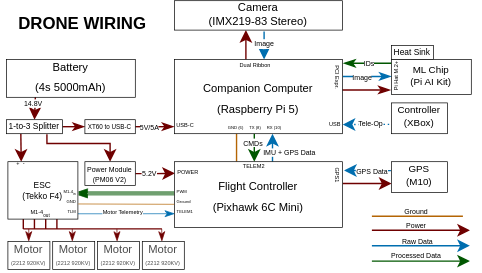
Earlier version of the draw.io export .assets/DroneWiring.drawio.svg (AustinJia-code/Drone). Source tidied: cells renumbered, new cells last; positions are measured from the earlier drawing's top-left corner, leaving out a move shared by most shapes.
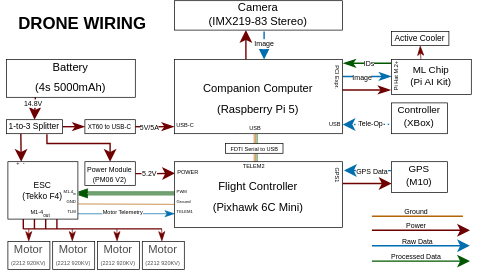
Above is the later version.

Change to the diagram source:
```diff
@@ -2,9 +2,49 @@
   <root>
     <mxCell id="0" />
     <mxCell id="1" parent="0" />
+    <mxCell id="83" style="endArrow=none;html=1;rounded=0;exitX=0.365;exitY=2.08;exitDx=0;exitDy=0;entryX=0.328;entryY=-0.003;entryDx=0;entryDy=0;entryPerimeter=0;fillColor=#fad7ac;strokeColor=#b46504;strokeWidth=0.5;exitPerimeter=0;" parent="1" edge="1">
+      <mxGeometry relative="1" as="geometry">
+        <mxPoint x="180.9" y="95.2" as="sourcePoint" />
+        <mxPoint x="180.9" y="102" as="targetPoint" />
+      </mxGeometry>
+    </mxCell>
+    <mxCell id="84" style="endArrow=none;html=1;rounded=0;exitX=0.365;exitY=2.08;exitDx=0;exitDy=0;entryX=0.328;entryY=-0.003;entryDx=0;entryDy=0;entryPerimeter=0;fillColor=#fad7ac;strokeColor=light-dark(#b46504, #0491b4);strokeWidth=0.5;exitPerimeter=0;" parent="1" edge="1">
+      <mxGeometry relative="1" as="geometry">
+        <mxPoint x="182" y="95" as="sourcePoint" />
+        <mxPoint x="182" y="102" as="targetPoint" />
+      </mxGeometry>
+    </mxCell>
+    <mxCell id="85" style="endArrow=none;html=1;rounded=0;exitX=0.365;exitY=2.08;exitDx=0;exitDy=0;entryX=0.328;entryY=-0.003;entryDx=0;entryDy=0;entryPerimeter=0;fillColor=#008a00;strokeColor=#005700;strokeWidth=0.5;exitPerimeter=0;" parent="1" edge="1">
+      <mxGeometry relative="1" as="geometry">
+        <mxPoint x="183" y="95" as="sourcePoint" />
+        <mxPoint x="183" y="102" as="targetPoint" />
+      </mxGeometry>
+    </mxCell>
+    <mxCell id="86" style="endArrow=none;html=1;rounded=0;exitX=0.365;exitY=2.08;exitDx=0;exitDy=0;entryX=0.328;entryY=-0.003;entryDx=0;entryDy=0;entryPerimeter=0;fillColor=#fad7ac;strokeColor=#b46504;strokeWidth=0.5;exitPerimeter=0;" parent="1" edge="1">
+      <mxGeometry relative="1" as="geometry">
+        <mxPoint x="180.9" y="109.2" as="sourcePoint" />
+        <mxPoint x="180.9" y="116" as="targetPoint" />
+      </mxGeometry>
+    </mxCell>
+    <mxCell id="87" style="endArrow=none;html=1;rounded=0;exitX=0.365;exitY=2.08;exitDx=0;exitDy=0;entryX=0.328;entryY=-0.003;entryDx=0;entryDy=0;entryPerimeter=0;fillColor=#fad7ac;strokeColor=light-dark(#b46504, #0491b4);strokeWidth=0.5;exitPerimeter=0;" parent="1" edge="1">
+      <mxGeometry relative="1" as="geometry">
+        <mxPoint x="182" y="109" as="sourcePoint" />
+        <mxPoint x="182" y="116" as="targetPoint" />
+      </mxGeometry>
+    </mxCell>
+    <mxCell id="88" style="endArrow=none;html=1;rounded=0;exitX=0.365;exitY=2.08;exitDx=0;exitDy=0;entryX=0.328;entryY=-0.003;entryDx=0;entryDy=0;entryPerimeter=0;fillColor=#008a00;strokeColor=#005700;strokeWidth=0.5;exitPerimeter=0;" parent="1" edge="1">
+      <mxGeometry relative="1" as="geometry">
+        <mxPoint x="183" y="109" as="sourcePoint" />
+        <mxPoint x="183" y="116" as="targetPoint" />
+      </mxGeometry>
+    </mxCell>
+    <mxCell id="89" style="edgeStyle=orthogonalEdgeStyle;rounded=0;jettySize=auto;html=1;fillColor=#a20025;strokeColor=light-dark(#6F0000, #ff0000);entryX=0.5;entryY=1;entryDx=0;entryDy=0;endArrow=classicThin;endFill=1;strokeWidth=0.5;" parent="1" edge="1" target="79">
+      <mxGeometry relative="1" as="geometry">
+        <mxPoint x="300" y="42" as="sourcePoint" />
+      </mxGeometry>
+    </mxCell>
-    <mxCell id="2" style="endArrow=none;html=1;rounded=0;entryX=0.185;entryY=0.999;entryDx=0;entryDy=0;entryPerimeter=0;exitX=0.186;exitY=-0.002;exitDx=0;exitDy=0;exitPerimeter=0;fillColor=#fad7ac;strokeColor=#b46504;" parent="1" edge="1">
+    <mxCell id="2" style="endArrow=none;html=1;rounded=0;entryX=0.185;entryY=0.999;entryDx=0;entryDy=0;entryPerimeter=0;exitX=0.275;exitY=1.065;exitDx=0;exitDy=0;exitPerimeter=0;fillColor=#fad7ac;strokeColor=#b46504;" parent="1" edge="1" source="70">
       <mxGeometry relative="1" as="geometry">
-        <mxPoint x="168.3" y="114.9" as="sourcePoint" />
         <mxPoint x="168.3" y="94.9" as="targetPoint" />
       </mxGeometry>
     </mxCell>
@@ -127,17 +167,6 @@
         <mxPoint x="40" y="153" as="targetPoint" />
       </mxGeometry>
     </mxCell>
-    <mxCell id="24" style="edgeStyle=orthogonalEdgeStyle;rounded=0;orthogonalLoop=1;jettySize=auto;html=1;exitX=0.25;exitY=1;exitDx=0;exitDy=0;entryX=0.25;entryY=0;entryDx=0;entryDy=0;fillColor=#008a00;strokeColor=#005700;" parent="1" edge="1">
-      <mxGeometry relative="1" as="geometry">
-        <mxPoint x="181" y="95" as="sourcePoint" />
-        <mxPoint x="181" y="115" as="targetPoint" />
-      </mxGeometry>
-    </mxCell>
-    <mxCell id="25" value="CMDs" style="edgeLabel;html=1;align=center;verticalAlign=middle;fontSize=5;" parent="24" vertex="1">
-      <mxGeometry x="-0.29" y="-1" relative="1" as="geometry">
-        <mxPoint y="-1" as="offset" />
-      </mxGeometry>
-    </mxCell>
     <mxCell id="26" style="edgeStyle=orthogonalEdgeStyle;rounded=0;jettySize=auto;html=1;exitX=0.646;exitY=-1.329;exitDx=0;exitDy=0;fillColor=#a20025;strokeColor=light-dark(#6F0000, #ff0000);entryX=-0.012;entryY=0.871;entryDx=0;entryDy=0;entryPerimeter=0;exitPerimeter=0;endArrow=classicThin;endFill=1;" parent="1" edge="1" source="61" target="40">
       <mxGeometry relative="1" as="geometry" />
     </mxCell>
@@ -150,17 +179,6 @@
     <mxCell id="28" value="&lt;div&gt;&lt;font style=&quot;font-size: 8px;&quot;&gt;Companion Computer&lt;/font&gt;&lt;/div&gt;&lt;font style=&quot;font-size: 8px;&quot;&gt;(Raspberry Pi 5)&lt;/font&gt;" style="rounded=0;whiteSpace=wrap;html=1;strokeWidth=0.5;" parent="1" vertex="1">
       <mxGeometry x="124" y="42" width="120" height="53" as="geometry" />
     </mxCell>
-    <mxCell id="29" style="edgeStyle=orthogonalEdgeStyle;rounded=0;orthogonalLoop=1;jettySize=auto;html=1;exitX=0.75;exitY=0;exitDx=0;exitDy=0;entryX=0.75;entryY=1;entryDx=0;entryDy=0;fillColor=#1ba1e2;strokeColor=#006EAF;" parent="1" edge="1">
-      <mxGeometry relative="1" as="geometry">
-        <mxPoint x="194" y="115" as="sourcePoint" />
-        <mxPoint x="194" y="95" as="targetPoint" />
-      </mxGeometry>
-    </mxCell>
-    <mxCell id="30" value="IMU + GPS Data" style="edgeLabel;html=1;align=center;verticalAlign=middle;fontSize=5;" parent="29" vertex="1">
-      <mxGeometry x="-0.23" y="-1" relative="1" as="geometry">
-        <mxPoint x="11" y="1" as="offset" />
-      </mxGeometry>
-    </mxCell>
     <mxCell id="31" style="edgeStyle=orthogonalEdgeStyle;rounded=0;orthogonalLoop=1;jettySize=auto;html=1;fillColor=#a20025;strokeColor=light-dark(#6F0000, #ff0000);entryX=0;entryY=0.75;entryDx=0;entryDy=0;exitX=0.576;exitY=0.226;exitDx=0;exitDy=0;exitPerimeter=0;" parent="1" edge="1">
       <mxGeometry relative="1" as="geometry">
         <mxPoint x="244.2" y="130.6" as="sourcePoint" />
@@ -319,14 +337,11 @@
     <mxCell id="68" value="&lt;div style=&quot;line-height: 70%;&quot;&gt;&lt;font style=&quot;line-height: 70%; font-size: 8px;&quot;&gt;Motor&lt;/font&gt;&lt;div&gt;&lt;font style=&quot;line-height: 70%; font-size: 4px;&quot;&gt;(2212 920KV)&lt;/font&gt;&lt;/div&gt;&lt;/div&gt;" style="rounded=0;whiteSpace=wrap;html=1;textOpacity=70;verticalAlign=bottom;strokeWidth=0.5;" parent="1" vertex="1">
       <mxGeometry x="101" y="172" width="30" height="20" as="geometry" />
     </mxCell>
-    <mxCell id="69" value="Dual Ribbon" style="text;html=1;align=center;verticalAlign=middle;whiteSpace=wrap;rounded=0;fontSize=4;fontColor=light-dark(#000000,#CC99FF);" parent="1" vertex="1">
-      <mxGeometry x="152" y="37" width="60" height="19" as="geometry" />
-    </mxCell>
-    <mxCell id="70" value="&lt;font style=&quot;font-size: 3px;&quot;&gt;GND (6)&amp;nbsp; &amp;nbsp; &amp;nbsp;TX (8)&amp;nbsp; &amp;nbsp; &amp;nbsp;RX (10)&amp;nbsp;&lt;/font&gt;" style="text;html=1;align=center;verticalAlign=middle;whiteSpace=wrap;rounded=0;fontSize=4;fontColor=light-dark(#000000,#CC99FF);" parent="1" vertex="1">
-      <mxGeometry x="152" y="81" width="60" height="19" as="geometry" />
+    <mxCell id="70" value="USB" style="text;html=1;align=center;verticalAlign=middle;whiteSpace=wrap;rounded=0;fontSize=4;fontColor=light-dark(#000000,#CC99FF);" parent="1" vertex="1">
+      <mxGeometry x="152" y="91" width="60" height="2" as="geometry" />
     </mxCell>
     <mxCell id="71" value="TELEM2" style="text;html=1;align=center;verticalAlign=middle;whiteSpace=wrap;rounded=0;fontSize=4;fontColor=light-dark(#000000,#CC99FF);" parent="1" vertex="1">
-      <mxGeometry x="151" y="109" width="60" height="19" as="geometry" />
+      <mxGeometry x="151" y="116" width="60" height="6" as="geometry" />
     </mxCell>
     <mxCell id="72" value="M1-4&lt;sub&gt;out&lt;/sub&gt;" style="text;html=1;align=center;verticalAlign=middle;whiteSpace=wrap;rounded=0;rotation=0;fontSize=4;fontColor=light-dark(#000000,#CC99FF);" parent="1" vertex="1">
       <mxGeometry x="14" y="145" width="29" height="14" as="geometry" />
@@ -349,8 +364,8 @@
     <mxCell id="78" value="&lt;div&gt;&lt;span style=&quot;font-size: 2.5px;&quot;&gt;&lt;br&gt;&lt;/span&gt;&lt;div&gt;&lt;div&gt;&lt;font&gt;GND&lt;/font&gt;&lt;/div&gt;&lt;div&gt;&lt;br&gt;&lt;/div&gt;&lt;div&gt;TLM&lt;/div&gt;&lt;/div&gt;&lt;/div&gt;" style="text;html=1;align=right;verticalAlign=bottom;whiteSpace=wrap;rounded=0;rotation=0;fontColor=light-dark(#000000,#CC99FF);fontSize=3;spacing=1;" parent="1" vertex="1">
       <mxGeometry x="40" y="142" width="15.2" height="12.8" as="geometry" />
     </mxCell>
-    <mxCell id="79" value="Heat Sink" style="rounded=0;whiteSpace=wrap;html=1;fontSize=6;strokeWidth=0.5;" parent="1" vertex="1">
-      <mxGeometry x="279" y="32" width="30" height="10" as="geometry" />
+    <mxCell id="79" value="Active Cooler" style="rounded=0;whiteSpace=wrap;html=1;fontSize=6;strokeWidth=0.5;" parent="1" vertex="1">
+      <mxGeometry x="279" y="22" width="41" height="10" as="geometry" />
     </mxCell>
     <mxCell id="80" style="endArrow=none;html=1;rounded=0;exitX=1;exitY=0.25;exitDx=0;exitDy=0;entryX=-0.395;entryY=0.624;entryDx=0;entryDy=0;entryPerimeter=0;fillColor=#fad7ac;strokeColor=#b46504;strokeWidth=0.5;" parent="1" edge="1" source="78" target="64">
       <mxGeometry relative="1" as="geometry" />
@@ -364,5 +379,8 @@
     <mxCell id="82" value="&lt;span style=&quot;font-size: 2.5px;&quot;&gt;&lt;br&gt;&lt;/span&gt;&lt;div&gt;&lt;div&gt;M1-4&lt;sub&gt;in&lt;/sub&gt;&lt;/div&gt;&lt;div&gt;&lt;br&gt;&lt;/div&gt;&lt;/div&gt;" style="text;html=1;align=right;verticalAlign=bottom;whiteSpace=wrap;rounded=0;rotation=0;fontColor=light-dark(#000000,#CC99FF);fontSize=3;spacing=1;" parent="1" vertex="1">
       <mxGeometry x="40" y="132" width="15.2" height="12.8" as="geometry" />
     </mxCell>
+    <mxCell id="90" value="&lt;font style=&quot;font-size: 4px;&quot;&gt;FDTI Serial to USB&lt;/font&gt;" style="rounded=0;whiteSpace=wrap;html=1;fontSize=6;strokeWidth=0.5;" parent="1" vertex="1">
+      <mxGeometry x="160.5" y="102" width="41" height="7" as="geometry" />
+    </mxCell>
   </root>
 </mxGraphModel>
```
